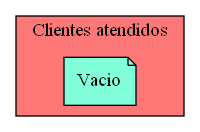
Before: Simple_Clients_Served.png, a diagram exported from Graphviz (Serch-ING/EDD_UDRAWING_202000119). Its source is kept beside it as Simple_Clients_Served.dot. Its diagram source:
```dot
digraph L {
node[shape=note fillcolor="#A181FF" style =filled]
subgraph cluster_p{
    label= " Clientes atendidos "
    bgcolor = "#FF7878"
Nodo1008925772[label="Vacio",fillcolor="#81FFDA"]

}}
```
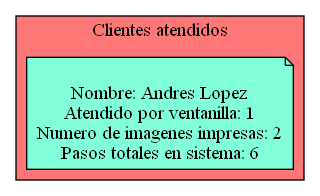
The same file after the commit.

The edit, as a diff of the source:
```diff
@@ -3,6 +3,9 @@
 subgraph cluster_p{
     label= " Clientes atendidos "
     bgcolor = "#FF7878"
-Nodo1008925772[label="Vacio",fillcolor="#81FFDA"]
-
+Nodo128359175[label="
+Nombre: Andres Lopez
+Atendido por ventanilla: 1
+Numero de imagenes impresas: 2
+Pasos totales en sistema: 6",fillcolor="#81FFDA"]
 }}
```
